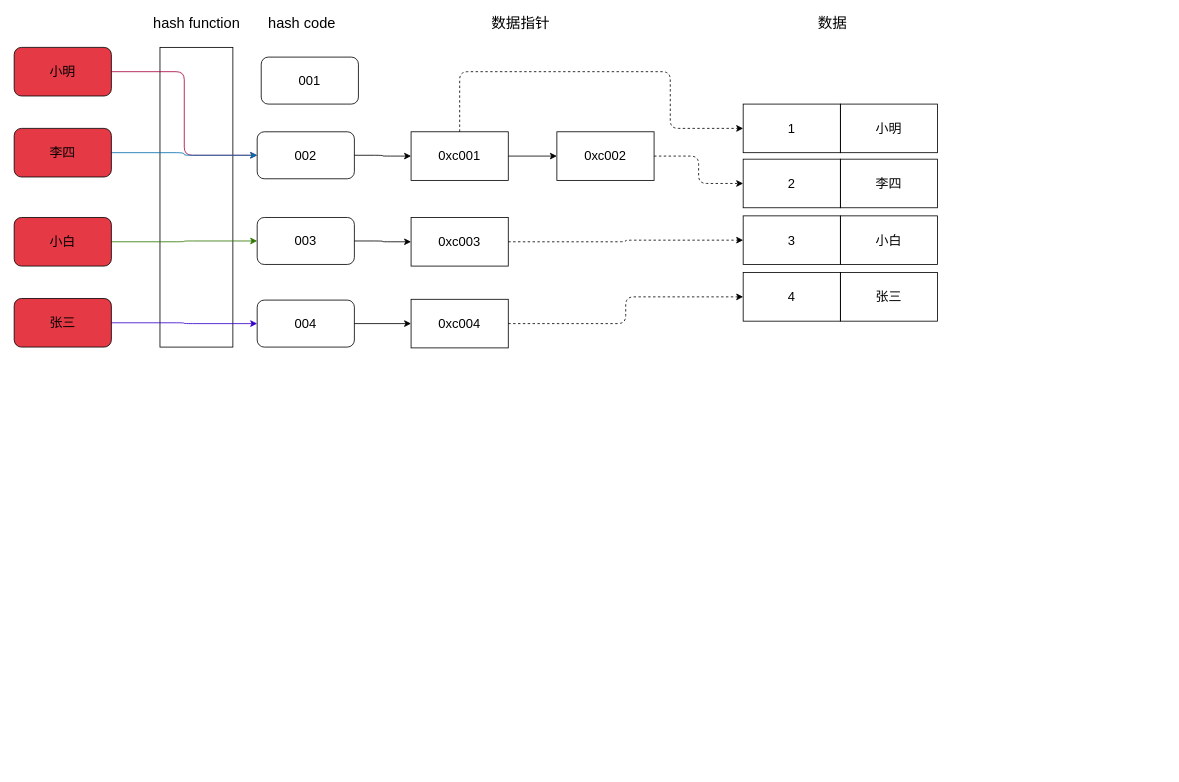
Before: page "mysql-hash" (2 of 29) of mysql/mysql.drawio in boilingfrog/Go-POINT, a draw.io diagram. Source tidied: cells renumbered, new cells numbered last; positions are measured from the earlier drawing's top-left corner, leaving out a move shared by most shapes. Both pictures are drawn from the tidied source at 81%, with x=0, y=0 at pixel (14, 15).
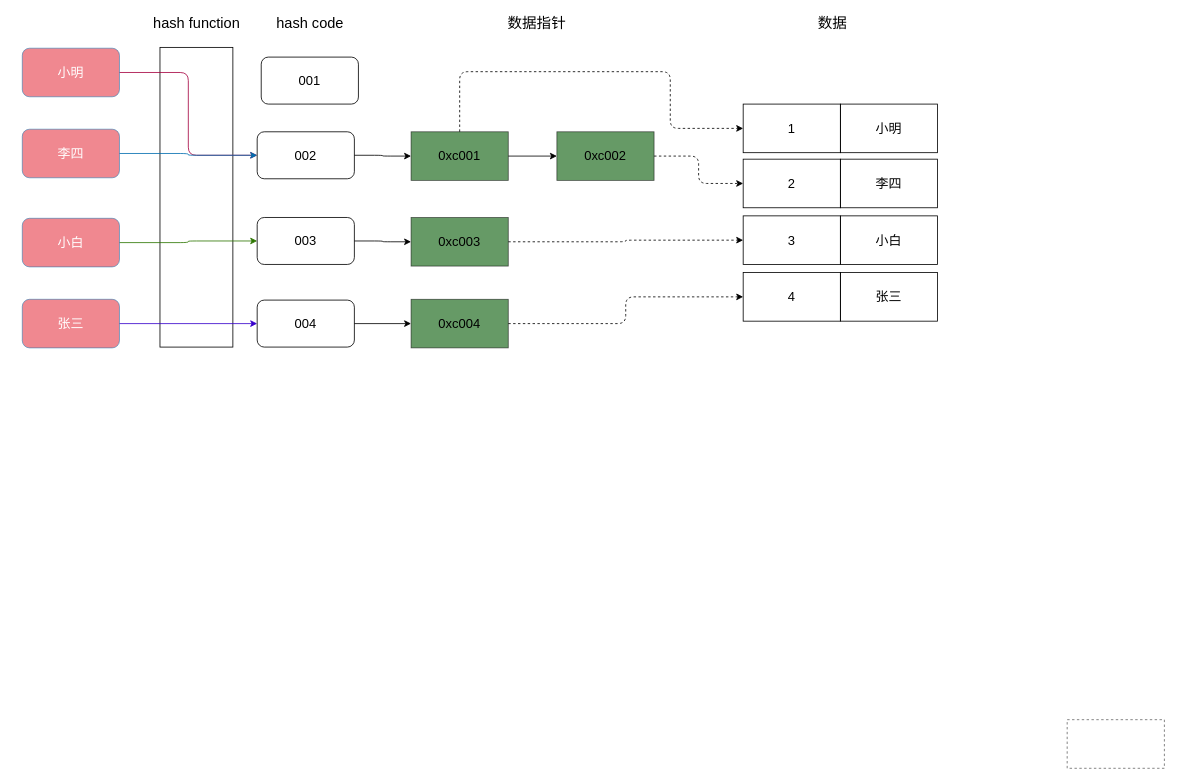
Above is the later version.

Change to the diagram source:
```diff
@@
-    <mxCell id="4" value="&lt;font style=&quot;font-size: 16px&quot;&gt;小明&lt;/font&gt;" style="rounded=1;whiteSpace=wrap;html=1;fillColor=#E63946;" parent="1" vertex="1">
-      <mxGeometry y="40" width="120" height="60" as="geometry" />
+    <mxCell id="4" value="&lt;font style=&quot;font-size: 16px&quot;&gt;小明&lt;/font&gt;" style="rounded=1;whiteSpace=wrap;html=1;fillColor=#E63946;fontColor=#ffffff;strokeColor=#006EAF;opacity=60;" parent="1" vertex="1">
+      <mxGeometry x="10" y="41" width="120" height="60" as="geometry" />
     </mxCell>
@@
-    <mxCell id="6" value="&lt;font style=&quot;font-size: 16px&quot;&gt;李四&lt;/font&gt;" style="rounded=1;whiteSpace=wrap;html=1;fillColor=#E63946;" parent="1" vertex="1">
-      <mxGeometry y="140" width="120" height="60" as="geometry" />
+    <mxCell id="6" value="&lt;font style=&quot;font-size: 16px&quot;&gt;李四&lt;/font&gt;" style="rounded=1;whiteSpace=wrap;html=1;fillColor=#E63946;strokeColor=#006EAF;fontColor=#ffffff;opacity=60;" parent="1" vertex="1">
+      <mxGeometry x="10" y="141" width="120" height="60" as="geometry" />
     </mxCell>
@@
-    <mxCell id="8" value="&lt;font style=&quot;font-size: 16px&quot;&gt;小白&lt;/font&gt;" style="rounded=1;whiteSpace=wrap;html=1;fillColor=#E63946;" parent="1" vertex="1">
-      <mxGeometry y="250" width="120" height="60" as="geometry" />
+    <mxCell id="8" value="&lt;font style=&quot;font-size: 16px&quot;&gt;小白&lt;/font&gt;" style="rounded=1;whiteSpace=wrap;html=1;fillColor=#E63946;strokeColor=#006EAF;fontColor=#ffffff;opacity=60;" parent="1" vertex="1">
+      <mxGeometry x="10" y="251" width="120" height="60" as="geometry" />
     </mxCell>
@@
-    <mxCell id="10" value="&lt;font style=&quot;font-size: 16px&quot;&gt;张三&lt;/font&gt;" style="rounded=1;whiteSpace=wrap;html=1;fillColor=#E63946;" parent="1" vertex="1">
-      <mxGeometry y="350" width="120" height="60" as="geometry" />
+    <mxCell id="10" value="&lt;font style=&quot;font-size: 16px&quot;&gt;张三&lt;/font&gt;" style="rounded=1;whiteSpace=wrap;html=1;fillColor=#E63946;strokeColor=#006EAF;fontColor=#ffffff;opacity=60;" parent="1" vertex="1">
+      <mxGeometry x="10" y="351" width="120" height="60" as="geometry" />
     </mxCell>
@@
-    <mxCell id="20" value="0xc001" style="rounded=0;whiteSpace=wrap;html=1;fontSize=16;fillColor=none;" parent="1" vertex="1">
+    <mxCell id="20" value="0xc001" style="rounded=0;whiteSpace=wrap;html=1;fontSize=16;fillColor=#005700;opacity=60;" parent="1" vertex="1">
       <mxGeometry x="490" y="144.2" width="120" height="60" as="geometry" />
     </mxCell>
@@
-    <mxCell id="24" value="0xc002" style="rounded=0;whiteSpace=wrap;html=1;fontSize=16;fillColor=none;" parent="1" vertex="1">
+    <mxCell id="24" value="0xc002" style="rounded=0;whiteSpace=wrap;html=1;fontSize=16;fillColor=#005700;opacity=60;" parent="1" vertex="1">
       <mxGeometry x="670" y="144.2" width="120" height="60" as="geometry" />
     </mxCell>
@@
-    <mxCell id="26" value="0xc003" style="rounded=0;whiteSpace=wrap;html=1;fontSize=16;fillColor=none;" parent="1" vertex="1">
+    <mxCell id="26" value="0xc003" style="rounded=0;whiteSpace=wrap;html=1;fontSize=16;fillColor=#005700;opacity=60;" parent="1" vertex="1">
       <mxGeometry x="490" y="250" width="120" height="60" as="geometry" />
     </mxCell>
@@
-    <mxCell id="28" value="0xc004" style="rounded=0;whiteSpace=wrap;html=1;fontSize=16;fillColor=none;" parent="1" vertex="1">
+    <mxCell id="28" value="0xc004" style="rounded=0;whiteSpace=wrap;html=1;fontSize=16;fillColor=#005700;opacity=60;" parent="1" vertex="1">
       <mxGeometry x="490" y="351" width="120" height="60" as="geometry" />
     </mxCell>
@@
     <mxCell id="35" value="&lt;font style=&quot;font-size: 18px&quot;&gt;hash code&lt;/font&gt;" style="text;html=1;align=center;verticalAlign=middle;strokeColor=none;fillColor=none;" parent="1" vertex="1">
-      <mxGeometry x="305" width="100" height="20" as="geometry" />
+      <mxGeometry x="315" width="100" height="20" as="geometry" />
     </mxCell>
     <mxCell id="36" value="&lt;font style=&quot;font-size: 18px&quot;&gt;数据指针&lt;/font&gt;" style="text;html=1;align=center;verticalAlign=middle;strokeColor=none;fillColor=none;" parent="1" vertex="1">
-      <mxGeometry x="580" width="90" height="20" as="geometry" />
+      <mxGeometry x="600" width="90" height="20" as="geometry" />
     </mxCell>
@@
+    <mxCell id="39" style="rounded=0;whiteSpace=wrap;html=1;dashed=1;fontSize=18;fillColor=none;opacity=60;" parent="1" vertex="1">
+      <mxGeometry x="1300" y="870" width="120" height="60" as="geometry" />
+    </mxCell>
```
